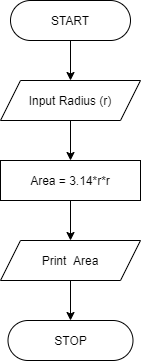
The draw.io diagram palindrome.png in VishalSahu/Flowcharts, before a commit. Source tidied: cells renumbered, new cells last; positions are measured from the earlier drawing's top-left corner, leaving out a move shared by most shapes.
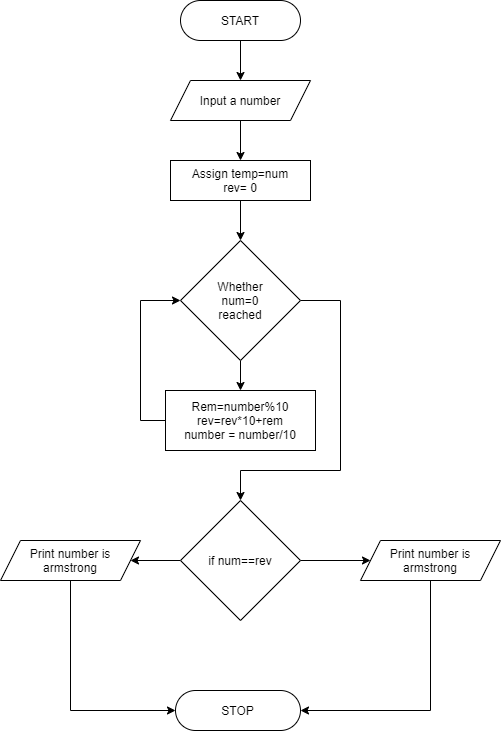
After the change.

Diff of the diagram source:
```diff
@@ -11,23 +11,72 @@
     <mxCell id="4" style="edgeStyle=orthogonalEdgeStyle;rounded=0;jettySize=auto;html=1;exitX=0.5;exitY=1;exitDx=0;exitDy=0;entryX=0.5;entryY=0;entryDx=0;entryDy=0;" parent="1" edge="1" source="5" target="7">
       <mxGeometry relative="1" as="geometry" />
     </mxCell>
-    <mxCell id="5" value="Input Radius (r)" style="shape=parallelogram;perimeter=parallelogramPerimeter;whiteSpace=wrap;html=1;fixedSize=1;" parent="1" vertex="1">
+    <mxCell id="5" value="Input a number" style="shape=parallelogram;perimeter=parallelogramPerimeter;whiteSpace=wrap;html=1;fixedSize=1;" parent="1" vertex="1">
       <mxGeometry y="80" width="140" height="40" as="geometry" />
     </mxCell>
-    <mxCell id="6" style="edgeStyle=orthogonalEdgeStyle;rounded=0;jettySize=auto;html=1;exitX=0.5;exitY=1;exitDx=0;exitDy=0;entryX=0.5;entryY=0;entryDx=0;entryDy=0;" parent="1" edge="1" source="7" target="9">
-      <mxGeometry relative="1" as="geometry" />
-    </mxCell>
+    <mxCell id="11" style="edgeStyle=orthogonalEdgeStyle;rounded=0;jettySize=auto;html=1;exitX=0.5;exitY=1;exitDx=0;exitDy=0;entryX=0.5;entryY=0;entryDx=0;entryDy=0;" parent="1" edge="1" source="7" target="14">
+      <mxGeometry relative="1" as="geometry" />
+    </mxCell>
-    <mxCell id="7" value="Area = 3.14*r*r" style="rounded=0;whiteSpace=wrap;html=1;" parent="1" vertex="1">
+    <mxCell id="7" value="Assign temp=num&lt;br&gt;rev= 0" style="rounded=0;whiteSpace=wrap;html=1;" parent="1" vertex="1">
       <mxGeometry y="160" width="140" height="40" as="geometry" />
     </mxCell>
-    <mxCell id="8" style="edgeStyle=orthogonalEdgeStyle;rounded=0;jettySize=auto;html=1;exitX=0.5;exitY=1;exitDx=0;exitDy=0;entryX=0.5;entryY=0;entryDx=0;entryDy=0;" parent="1" edge="1" source="9" target="10">
-      <mxGeometry relative="1" as="geometry" />
+    <mxCell id="8" style="edgeStyle=orthogonalEdgeStyle;rounded=0;jettySize=auto;html=1;entryX=1;entryY=0.5;entryDx=0;entryDy=0;" parent="1" edge="1" source="9" target="10">
+      <mxGeometry relative="1" as="geometry">
+        <Array as="points">
+          <mxPoint x="260" y="710" />
+        </Array>
+      </mxGeometry>
     </mxCell>
-    <mxCell id="9" value="Print&amp;nbsp; Area" style="shape=parallelogram;perimeter=parallelogramPerimeter;whiteSpace=wrap;html=1;fixedSize=1;" parent="1" vertex="1">
-      <mxGeometry y="240" width="140" height="40" as="geometry" />
+    <mxCell id="9" value="Print number is&lt;br&gt;armstrong" style="shape=parallelogram;perimeter=parallelogramPerimeter;whiteSpace=wrap;html=1;fixedSize=1;" parent="1" vertex="1">
+      <mxGeometry x="190" y="540" width="140" height="40" as="geometry" />
     </mxCell>
     <mxCell id="10" value="STOP" style="rounded=1;whiteSpace=wrap;html=1;arcSize=50;" parent="1" vertex="1">
-      <mxGeometry x="7.5" y="320" width="125" height="40" as="geometry" />
+      <mxGeometry x="5" y="690" width="125" height="40" as="geometry" />
     </mxCell>
+    <mxCell id="12" style="edgeStyle=orthogonalEdgeStyle;rounded=0;jettySize=auto;html=1;exitX=0.5;exitY=1;exitDx=0;exitDy=0;entryX=0.5;entryY=0;entryDx=0;entryDy=0;" parent="1" edge="1" source="14" target="16">
+      <mxGeometry relative="1" as="geometry" />
+    </mxCell>
+    <mxCell id="13" style="edgeStyle=orthogonalEdgeStyle;rounded=0;jettySize=auto;html=1;exitX=1;exitY=0.5;exitDx=0;exitDy=0;" parent="1" edge="1" source="14" target="19">
+      <mxGeometry relative="1" as="geometry">
+        <Array as="points">
+          <mxPoint x="170" y="300" />
+          <mxPoint x="170" y="470" />
+          <mxPoint x="70" y="470" />
+        </Array>
+      </mxGeometry>
+    </mxCell>
+    <mxCell id="14" value="Whether&lt;br&gt;num=0&lt;br&gt;reached" style="rhombus;whiteSpace=wrap;html=1;" parent="1" vertex="1">
+      <mxGeometry x="10" y="240" width="120" height="120" as="geometry" />
+    </mxCell>
+    <mxCell id="15" style="edgeStyle=orthogonalEdgeStyle;rounded=0;jettySize=auto;html=1;entryX=0;entryY=0.5;entryDx=0;entryDy=0;" parent="1" edge="1" source="16" target="14">
+      <mxGeometry relative="1" as="geometry">
+        <Array as="points">
+          <mxPoint x="-30" y="420" />
+          <mxPoint x="-30" y="300" />
+        </Array>
+      </mxGeometry>
+    </mxCell>
+    <mxCell id="16" value="Rem=number%10&lt;br&gt;rev=rev*10+rem&lt;br&gt;number = number/10" style="rounded=0;whiteSpace=wrap;html=1;" parent="1" vertex="1">
+      <mxGeometry x="-5" y="390" width="150" height="60" as="geometry" />
+    </mxCell>
+    <mxCell id="17" style="edgeStyle=orthogonalEdgeStyle;rounded=0;jettySize=auto;html=1;entryX=1;entryY=0.5;entryDx=0;entryDy=0;" parent="1" edge="1" source="19" target="21">
+      <mxGeometry relative="1" as="geometry" />
+    </mxCell>
+    <mxCell id="18" style="edgeStyle=orthogonalEdgeStyle;rounded=0;jettySize=auto;html=1;entryX=0;entryY=0.5;entryDx=0;entryDy=0;" parent="1" edge="1" source="19" target="9">
+      <mxGeometry relative="1" as="geometry" />
+    </mxCell>
+    <mxCell id="19" value="if num==rev" style="rhombus;whiteSpace=wrap;html=1;" parent="1" vertex="1">
+      <mxGeometry x="10" y="500" width="120" height="120" as="geometry" />
+    </mxCell>
+    <mxCell id="20" style="edgeStyle=orthogonalEdgeStyle;rounded=0;jettySize=auto;html=1;entryX=0;entryY=0.5;entryDx=0;entryDy=0;" parent="1" edge="1" source="21" target="10">
+      <mxGeometry relative="1" as="geometry">
+        <Array as="points">
+          <mxPoint x="-100" y="710" />
+        </Array>
+      </mxGeometry>
+    </mxCell>
+    <mxCell id="21" value="Print number is&lt;br&gt;armstrong" style="shape=parallelogram;perimeter=parallelogramPerimeter;whiteSpace=wrap;html=1;fixedSize=1;" parent="1" vertex="1">
+      <mxGeometry x="-170" y="540" width="140" height="40" as="geometry" />
+    </mxCell>
   </root>
 </mxGraphModel>
```
